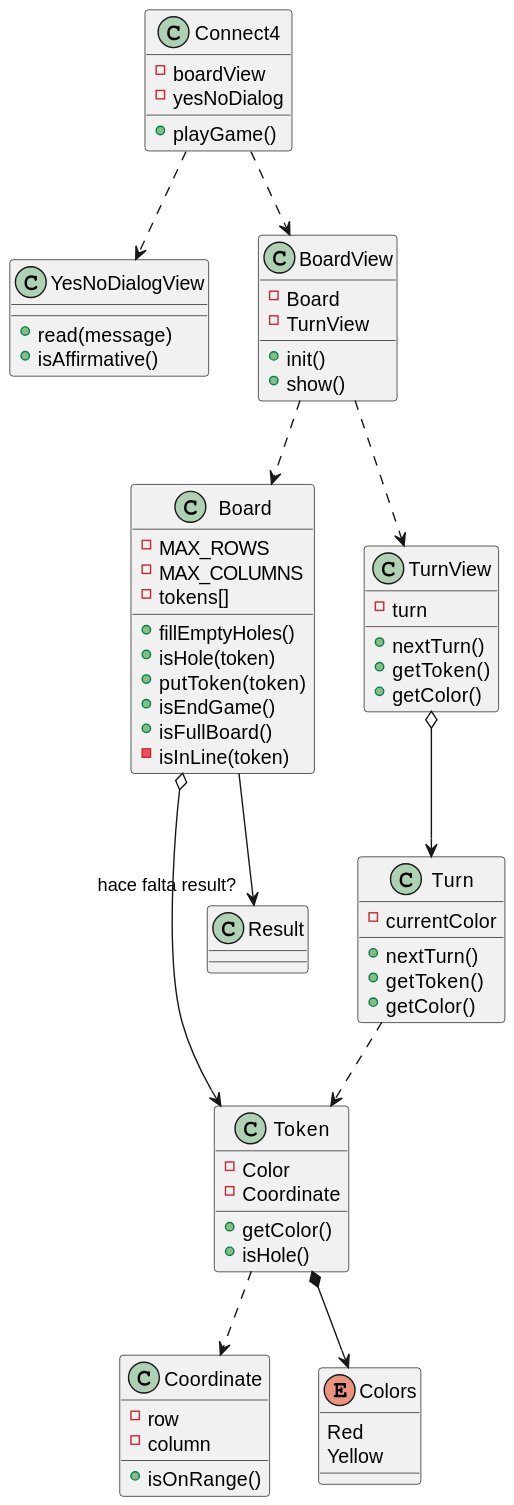
The PlantUML diagram UML/softwareModel.svg in jumpering/connect4, before a commit. Its diagram source:
```plantuml
@startuml

class Connect4{
    - boardView
    - yesNoDialog
    + playGame()
}
class YesNoDialogView{
    + read(message)
    + isAffirmative()
}
class Board{
    - MAX_ROWS
    - MAX_COLUMNS
    - tokens[]
    + fillEmptyHoles()
    + isHole(token)
    + putToken(token)
    + isEndGame()
    + isFullBoard()
    - isInLine(token)
}
class BoardView{
    - Board
    - TurnView
    + init()
    + show()
}
class Coordinate{
    - row
    - column
    + isOnRange()
}
class Token{
    - Color
    - Coordinate
    + getColor()
    + isHole()
}
class TurnView{
    - turn
    + nextTurn()
    + getToken()
    + getColor()
}

class Turn{
    - currentColor
    + nextTurn()
    + getToken()
    + getColor()

}

class Result

enum Colors{
Red
Yellow
}

Connect4 ..> BoardView
Connect4 ..> YesNoDialogView

BoardView ..> Board
BoardView ..> TurnView
TurnView o--> Turn
Board --> "hace falta result?" Result

Board o--> Token

Turn ..> Token


Token *--> Colors
Token ..> Coordinate
@enduml
```
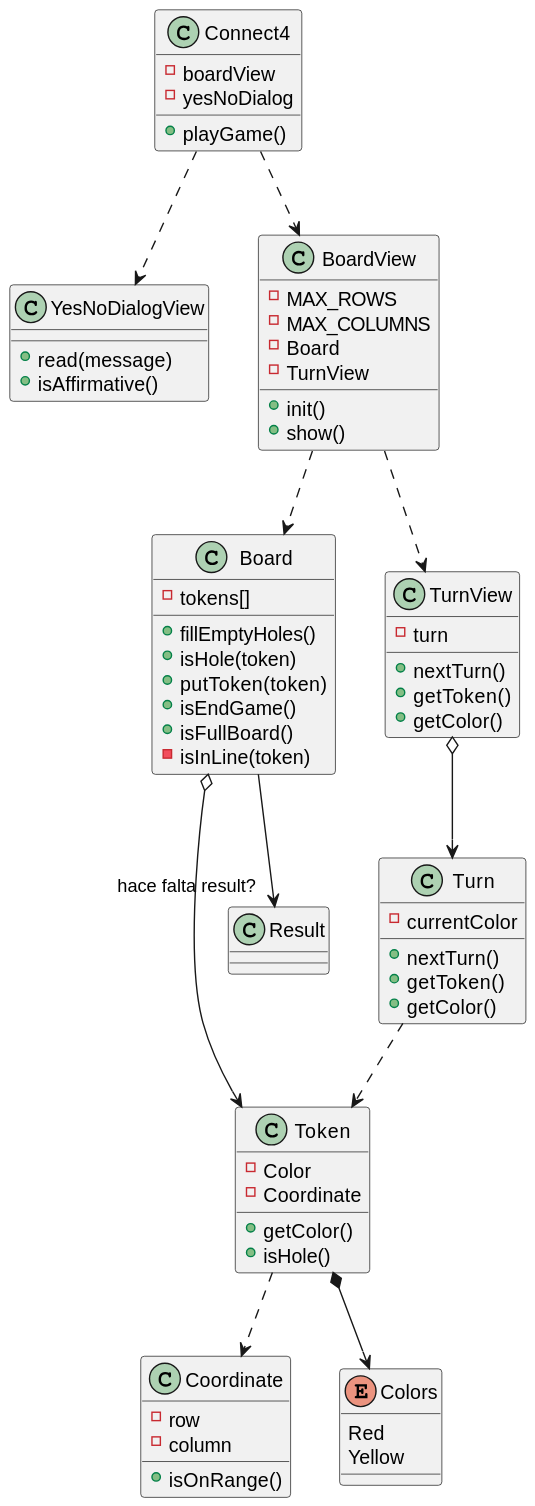
After the change.

What changed in the source:
```diff
@@ -10,8 +10,6 @@
     + isAffirmative()
 }
 class Board{
-    - MAX_ROWS
-    - MAX_COLUMNS
     - tokens[]
     + fillEmptyHoles()
     + isHole(token)
@@ -21,6 +19,8 @@
     - isInLine(token)
 }
 class BoardView{
+    - MAX_ROWS
+    - MAX_COLUMNS
     - Board
     - TurnView
     + init()
```
